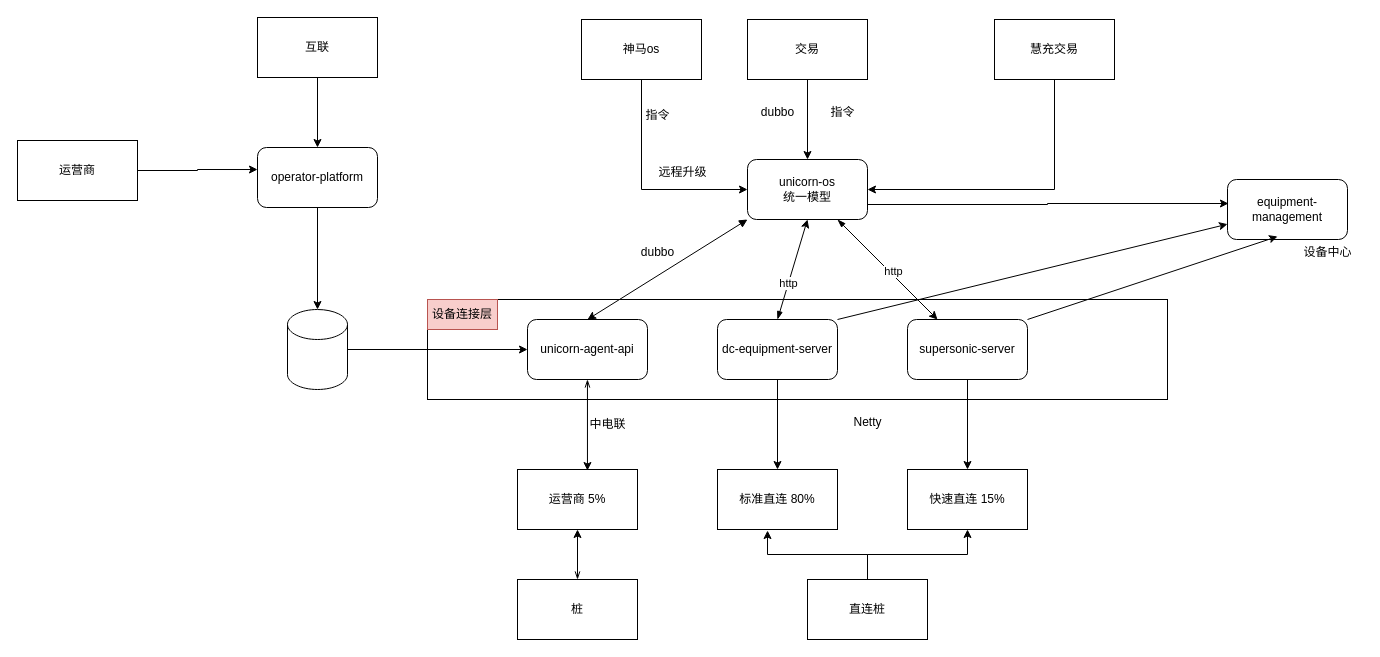
mayating/drawio-files keeps this draw.io diagram as didi-架构.drawio. Above is the earlier version. Source tidied: cells renumbered, new cells numbered last; positions are measured from the earlier drawing's top-left corner, leaving out a move shared by most shapes. Both pictures are drawn from the tidied source at 100%, with x=0, y=0 at pixel (17, 17).
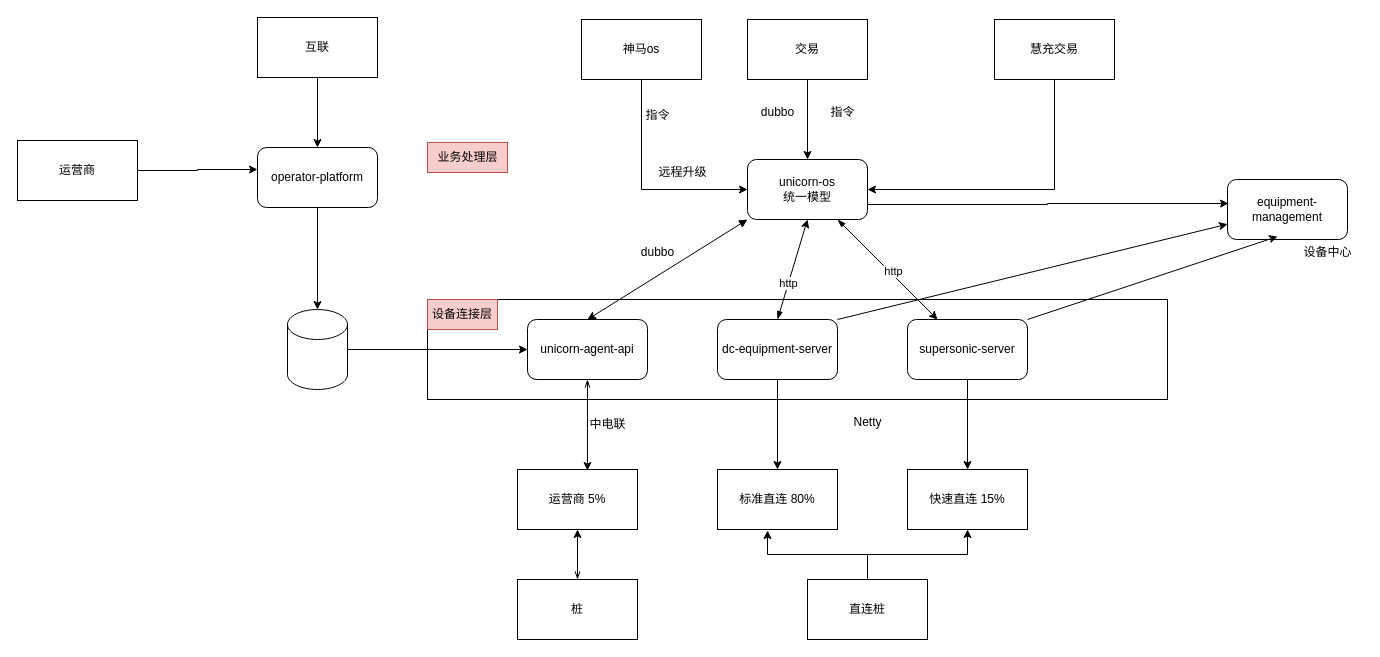
After the change.

What changed in the source:
```diff
@@
+    <mxCell id="50" value="业务处理层" style="text;html=1;align=center;verticalAlign=middle;strokeColor=#b85450;fillColor=#f8cecc;" parent="1" vertex="1">
+      <mxGeometry x="410" y="125" width="80" height="30" as="geometry" />
+    </mxCell>
```
